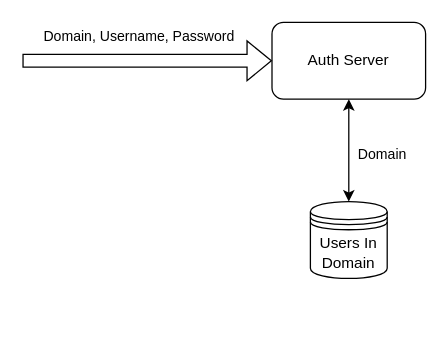
The draw.io diagram auth/Tailembiggen-Auth.drawio in TheCandianVendingMachine/Tailembiggen, before the edit. Source tidied: cells renumbered, new cells numbered last; positions are measured from the earlier drawing's top-left corner, leaving out a move shared by most shapes. Both pictures are drawn from the tidied source at 128%, with x=0, y=0 at pixel (22, 22).
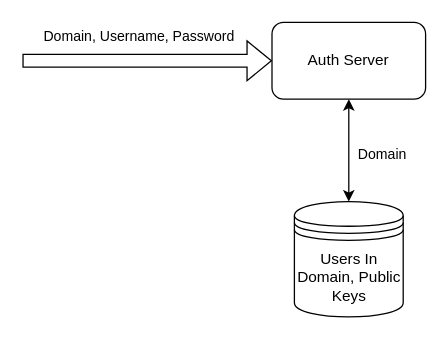
Above is the later version.

The edit, as a diff of the source:
```diff
@@
 <mxGraphModel>
   <root>
     <mxCell id="0" />
     <mxCell id="1" parent="0" />
     <mxCell id="2" value="Auth Server" style="rounded=1;whiteSpace=wrap;html=1;" parent="1" vertex="1">
       <mxGeometry x="195" width="120" height="60" as="geometry" />
     </mxCell>
     <mxCell id="3" style="shape=flexArrow;endArrow=classic;html=1;rounded=0;entryX=0;entryY=0.5;entryDx=0;entryDy=0;" parent="1" edge="1" target="2">
       <mxGeometry relative="1" as="geometry">
         <mxPoint y="30" as="sourcePoint" />
       </mxGeometry>
     </mxCell>
     <mxCell id="4" value="Domain, Username, Password" style="edgeLabel;html=1;align=center;verticalAlign=middle;" parent="3" vertex="1">
       <mxGeometry x="-0.08" y="1" relative="1" as="geometry">
         <mxPoint y="-19" as="offset" />
       </mxGeometry>
     </mxCell>
-    <mxCell id="5" value="Users In Domain" style="shape=datastore;whiteSpace=wrap;html=1;" parent="1" vertex="1">
-      <mxGeometry x="225" y="140" width="60" height="60" as="geometry" />
+    <mxCell id="5" value="Users In Domain, Public Keys" style="shape=datastore;whiteSpace=wrap;html=1;" parent="1" vertex="1">
+      <mxGeometry x="212.5" y="140" width="85" height="90" as="geometry" />
     </mxCell>
     <mxCell id="6" style="endArrow=classic;html=1;rounded=0;exitX=0.5;exitY=1;exitDx=0;exitDy=0;entryX=0.5;entryY=0;entryDx=0;entryDy=0;startArrow=classic;startFill=1;" parent="1" edge="1" source="2" target="5">
       <mxGeometry relative="1" as="geometry" />
     </mxCell>
     <mxCell id="7" value="Domain" style="edgeLabel;html=1;align=center;verticalAlign=middle;" parent="6" vertex="1">
       <mxGeometry x="0.05" y="2" relative="1" as="geometry">
         <mxPoint x="23" as="offset" />
       </mxGeometry>
     </mxCell>
   </root>
 </mxGraphModel>
```
